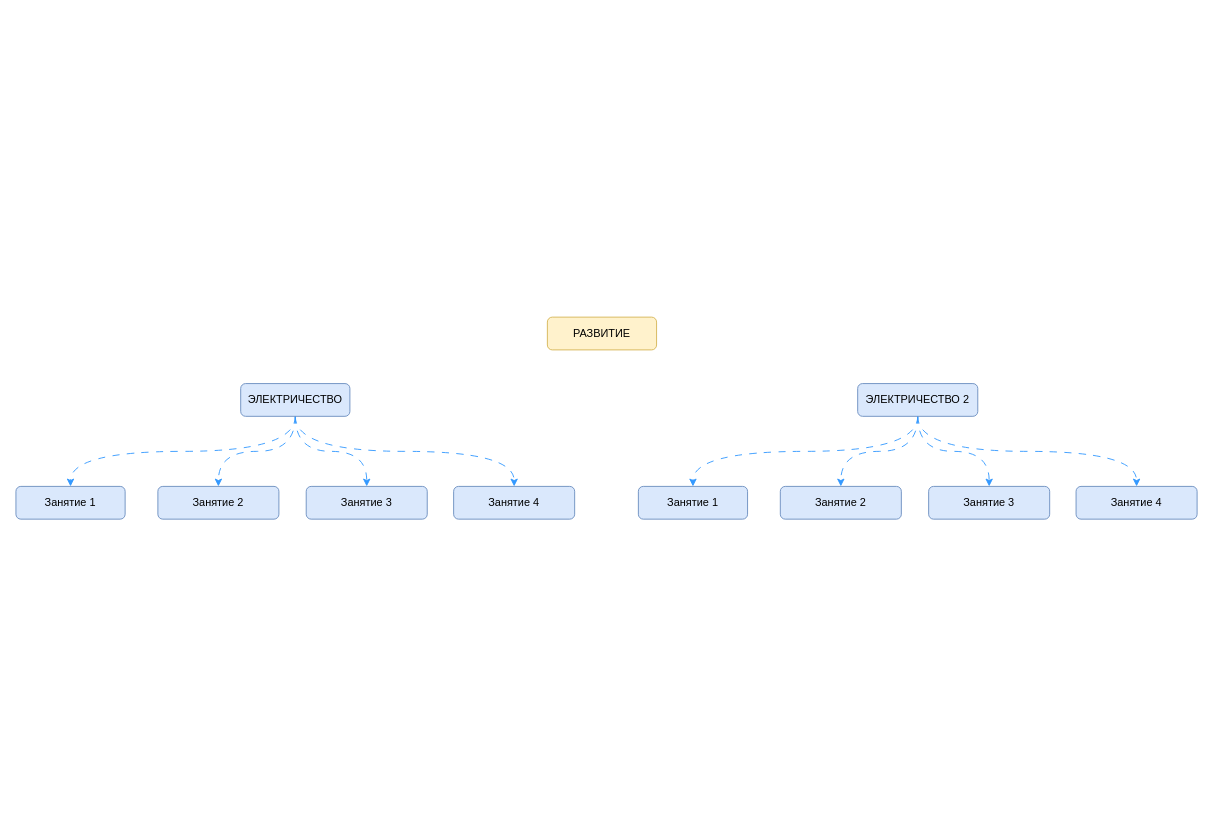
The draw.io diagram page "RAZVITIE" (2 of 2) of young energy.drawio in orlov-oleg-developer/uml-diagrams, before the edit. Source tidied: cells renumbered, new cells numbered last; positions are measured from the earlier drawing's top-left corner, leaving out a move shared by most shapes. Both pictures are drawn from the tidied source at 91%, with x=0, y=0 at pixel (15, 317).
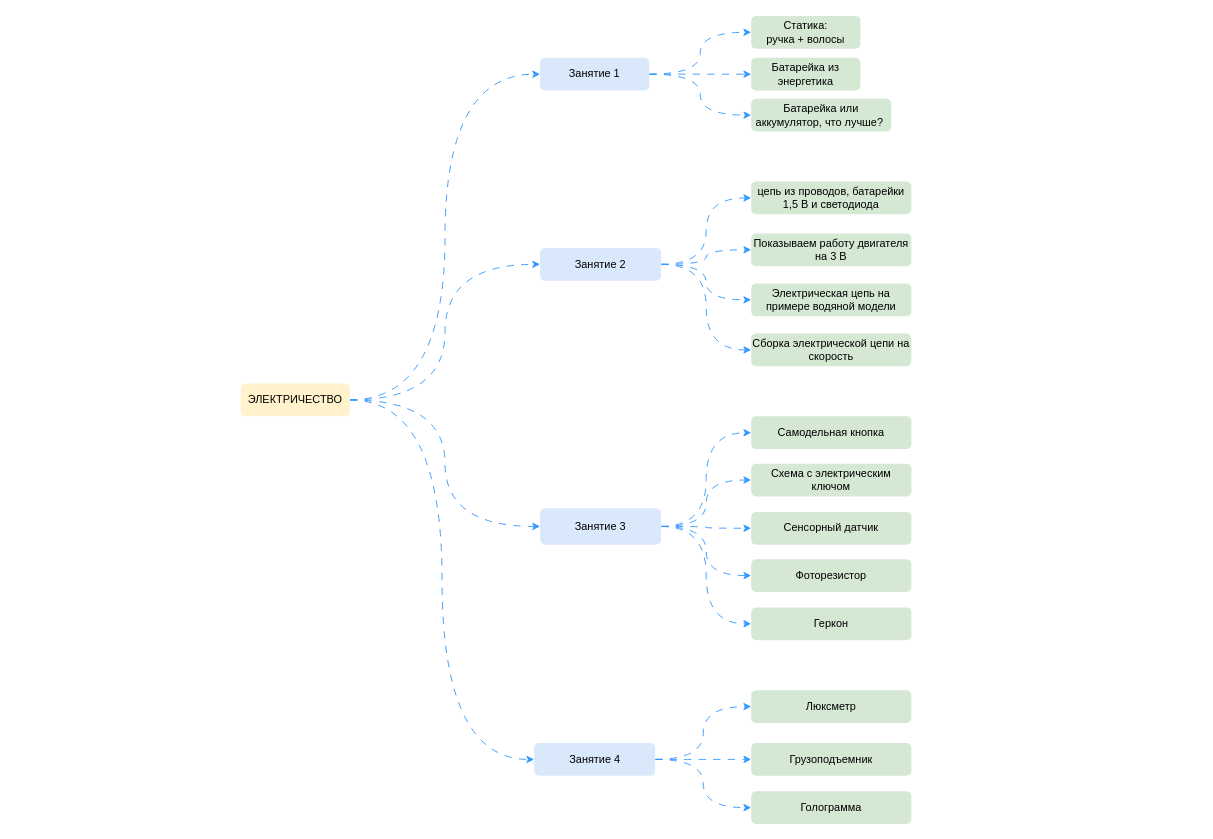
After the change.

Change to the diagram source:
```diff
@@
-    <mxCell id="2" value="РАЗВИТИЕ" style="rounded=1;whiteSpace=wrap;html=1;fillColor=#fff2cc;strokeColor=#d6b656;" parent="1" vertex="1">
-      <mxGeometry x="584" width="120" height="36" as="geometry" />
-    </mxCell>
-    <mxCell id="3" style="edgeStyle=orthogonalEdgeStyle;rounded=0;jettySize=auto;html=1;entryX=0.5;entryY=0;entryDx=0;entryDy=0;curved=1;dashed=1;dashPattern=8 8;strokeColor=#3399FF;exitX=0.5;exitY=1;exitDx=0;exitDy=0;" parent="1" edge="1" source="7" target="8">
-      <mxGeometry relative="1" as="geometry" />
-    </mxCell>
-    <mxCell id="4" style="edgeStyle=orthogonalEdgeStyle;shape=connector;curved=1;rounded=0;jettySize=auto;html=1;entryX=0.5;entryY=0;entryDx=0;entryDy=0;dashed=1;dashPattern=8 8;labelBackgroundColor=default;strokeColor=#3399FF;align=center;verticalAlign=middle;fontFamily=Helvetica;fontSize=11;fontColor=default;endArrow=classic;" parent="1" edge="1" source="7" target="9">
-      <mxGeometry relative="1" as="geometry" />
-    </mxCell>
-    <mxCell id="5" style="edgeStyle=orthogonalEdgeStyle;shape=connector;curved=1;rounded=0;jettySize=auto;html=1;entryX=0.5;entryY=0;entryDx=0;entryDy=0;dashed=1;dashPattern=8 8;labelBackgroundColor=default;strokeColor=#3399FF;align=center;verticalAlign=middle;fontFamily=Helvetica;fontSize=11;fontColor=default;endArrow=classic;" parent="1" edge="1" source="7" target="10">
-      <mxGeometry relative="1" as="geometry" />
-    </mxCell>
-    <mxCell id="6" style="edgeStyle=orthogonalEdgeStyle;shape=connector;curved=1;rounded=0;jettySize=auto;html=1;entryX=0.5;entryY=0;entryDx=0;entryDy=0;dashed=1;dashPattern=8 8;labelBackgroundColor=default;strokeColor=#3399FF;align=center;verticalAlign=middle;fontFamily=Helvetica;fontSize=11;fontColor=default;endArrow=classic;exitX=0.5;exitY=1;exitDx=0;exitDy=0;" parent="1" edge="1" source="7" target="11">
-      <mxGeometry relative="1" as="geometry" />
-    </mxCell>
+    <mxCell id="21" style="edgeStyle=orthogonalEdgeStyle;shape=connector;curved=1;rounded=0;jettySize=auto;html=1;entryX=0;entryY=0.5;entryDx=0;entryDy=0;dashed=1;dashPattern=8 8;labelBackgroundColor=default;strokeColor=#3399FF;align=center;verticalAlign=middle;fontFamily=Helvetica;fontSize=11;fontColor=default;endArrow=classic;" parent="1" edge="1" source="7" target="28">
+      <mxGeometry relative="1" as="geometry" />
+    </mxCell>
+    <mxCell id="22" style="edgeStyle=orthogonalEdgeStyle;shape=connector;curved=1;rounded=0;jettySize=auto;html=1;entryX=0;entryY=0.5;entryDx=0;entryDy=0;dashed=1;dashPattern=8 8;labelBackgroundColor=default;strokeColor=#3399FF;align=center;verticalAlign=middle;fontFamily=Helvetica;fontSize=11;fontColor=default;endArrow=classic;" parent="1" edge="1" source="7" target="33">
+      <mxGeometry relative="1" as="geometry" />
+    </mxCell>
+    <mxCell id="23" style="edgeStyle=orthogonalEdgeStyle;shape=connector;curved=1;rounded=0;jettySize=auto;html=1;entryX=0;entryY=0.5;entryDx=0;entryDy=0;dashed=1;dashPattern=8 8;labelBackgroundColor=default;strokeColor=#3399FF;align=center;verticalAlign=middle;fontFamily=Helvetica;fontSize=11;fontColor=default;endArrow=classic;" parent="1" edge="1" source="7" target="39">
+      <mxGeometry relative="1" as="geometry" />
+    </mxCell>
+    <mxCell id="24" style="edgeStyle=orthogonalEdgeStyle;shape=connector;curved=1;rounded=0;jettySize=auto;html=1;entryX=0;entryY=0.5;entryDx=0;entryDy=0;dashed=1;dashPattern=8 8;labelBackgroundColor=default;strokeColor=#3399FF;align=center;verticalAlign=middle;fontFamily=Helvetica;fontSize=11;fontColor=default;endArrow=classic;" parent="1" edge="1" source="7" target="43">
+      <mxGeometry relative="1" as="geometry" />
+    </mxCell>
-    <mxCell id="7" value="ЭЛЕКТРИЧЕСТВО" style="rounded=1;whiteSpace=wrap;html=1;fillColor=#dae8fc;strokeColor=#6c8ebf;" parent="1" vertex="1">
+    <mxCell id="7" value="ЭЛЕКТРИЧЕСТВО" style="rounded=1;whiteSpace=wrap;html=1;fillColor=#fff2cc;strokeColor=none;" parent="1" vertex="1">
       <mxGeometry x="247" y="73" width="120" height="36" as="geometry" />
     </mxCell>
-    <mxCell id="8" value="Занятие 1" style="rounded=1;whiteSpace=wrap;html=1;fillColor=#dae8fc;strokeColor=#6c8ebf;" parent="1" vertex="1">
-      <mxGeometry y="186" width="120" height="36" as="geometry" />
-    </mxCell>
-    <mxCell id="9" value="Занятие 2" style="rounded=1;whiteSpace=wrap;html=1;fillColor=#dae8fc;strokeColor=#6c8ebf;" parent="1" vertex="1">
-      <mxGeometry x="156" y="186" width="133" height="36" as="geometry" />
-    </mxCell>
-    <mxCell id="10" value="Занятие 3" style="rounded=1;whiteSpace=wrap;html=1;fillColor=#dae8fc;strokeColor=#6c8ebf;" parent="1" vertex="1">
-      <mxGeometry x="319" y="186" width="133" height="36" as="geometry" />
-    </mxCell>
-    <mxCell id="11" value="Занятие 4" style="rounded=1;whiteSpace=wrap;html=1;fillColor=#dae8fc;strokeColor=#6c8ebf;" parent="1" vertex="1">
-      <mxGeometry x="481" y="186" width="133" height="36" as="geometry" />
-    </mxCell>
-    <mxCell id="12" style="edgeStyle=orthogonalEdgeStyle;rounded=0;jettySize=auto;html=1;entryX=0.5;entryY=0;entryDx=0;entryDy=0;curved=1;dashed=1;dashPattern=8 8;strokeColor=#3399FF;exitX=0.5;exitY=1;exitDx=0;exitDy=0;" parent="1" edge="1" source="16" target="17">
-      <mxGeometry relative="1" as="geometry" />
-    </mxCell>
-    <mxCell id="13" style="edgeStyle=orthogonalEdgeStyle;shape=connector;curved=1;rounded=0;jettySize=auto;html=1;entryX=0.5;entryY=0;entryDx=0;entryDy=0;dashed=1;dashPattern=8 8;labelBackgroundColor=default;strokeColor=#3399FF;align=center;verticalAlign=middle;fontFamily=Helvetica;fontSize=11;fontColor=default;endArrow=classic;" parent="1" edge="1" source="16" target="18">
-      <mxGeometry relative="1" as="geometry" />
-    </mxCell>
-    <mxCell id="14" style="edgeStyle=orthogonalEdgeStyle;shape=connector;curved=1;rounded=0;jettySize=auto;html=1;entryX=0.5;entryY=0;entryDx=0;entryDy=0;dashed=1;dashPattern=8 8;labelBackgroundColor=default;strokeColor=#3399FF;align=center;verticalAlign=middle;fontFamily=Helvetica;fontSize=11;fontColor=default;endArrow=classic;" parent="1" edge="1" source="16" target="19">
-      <mxGeometry relative="1" as="geometry" />
-    </mxCell>
-    <mxCell id="15" style="edgeStyle=orthogonalEdgeStyle;shape=connector;curved=1;rounded=0;jettySize=auto;html=1;entryX=0.5;entryY=0;entryDx=0;entryDy=0;dashed=1;dashPattern=8 8;labelBackgroundColor=default;strokeColor=#3399FF;align=center;verticalAlign=middle;fontFamily=Helvetica;fontSize=11;fontColor=default;endArrow=classic;exitX=0.5;exitY=1;exitDx=0;exitDy=0;" parent="1" edge="1" source="16" target="20">
-      <mxGeometry relative="1" as="geometry" />
-    </mxCell>
-    <mxCell id="16" value="ЭЛЕКТРИЧЕСТВО 2" style="rounded=1;whiteSpace=wrap;html=1;fillColor=#dae8fc;strokeColor=#6c8ebf;" parent="1" vertex="1">
-      <mxGeometry x="925" y="73" width="132" height="36" as="geometry" />
-    </mxCell>
-    <mxCell id="17" value="Занятие 1" style="rounded=1;whiteSpace=wrap;html=1;fillColor=#dae8fc;strokeColor=#6c8ebf;" parent="1" vertex="1">
-      <mxGeometry x="684" y="186" width="120" height="36" as="geometry" />
-    </mxCell>
-    <mxCell id="18" value="Занятие 2" style="rounded=1;whiteSpace=wrap;html=1;fillColor=#dae8fc;strokeColor=#6c8ebf;" parent="1" vertex="1">
-      <mxGeometry x="840" y="186" width="133" height="36" as="geometry" />
-    </mxCell>
-    <mxCell id="19" value="Занятие 3" style="rounded=1;whiteSpace=wrap;html=1;fillColor=#dae8fc;strokeColor=#6c8ebf;" parent="1" vertex="1">
-      <mxGeometry x="1003" y="186" width="133" height="36" as="geometry" />
-    </mxCell>
-    <mxCell id="20" value="Занятие 4" style="rounded=1;whiteSpace=wrap;html=1;fillColor=#dae8fc;strokeColor=#6c8ebf;" parent="1" vertex="1">
-      <mxGeometry x="1165" y="186" width="133" height="36" as="geometry" />
-    </mxCell>
+    <mxCell id="25" style="edgeStyle=orthogonalEdgeStyle;shape=connector;curved=1;rounded=0;jettySize=auto;html=1;entryX=0;entryY=0.5;entryDx=0;entryDy=0;dashed=1;dashPattern=8 8;labelBackgroundColor=default;strokeColor=#3399FF;align=center;verticalAlign=middle;fontFamily=Helvetica;fontSize=11;fontColor=default;endArrow=classic;" parent="1" edge="1" source="28" target="44">
+      <mxGeometry relative="1" as="geometry" />
+    </mxCell>
+    <mxCell id="26" style="edgeStyle=orthogonalEdgeStyle;shape=connector;curved=1;rounded=0;jettySize=auto;html=1;entryX=0;entryY=0.5;entryDx=0;entryDy=0;dashed=1;dashPattern=8 8;labelBackgroundColor=default;strokeColor=#3399FF;align=center;verticalAlign=middle;fontFamily=Helvetica;fontSize=11;fontColor=default;endArrow=classic;" parent="1" edge="1" source="28" target="45">
+      <mxGeometry relative="1" as="geometry" />
+    </mxCell>
+    <mxCell id="27" style="edgeStyle=orthogonalEdgeStyle;shape=connector;curved=1;rounded=0;jettySize=auto;html=1;entryX=0;entryY=0.5;entryDx=0;entryDy=0;dashed=1;dashPattern=8 8;labelBackgroundColor=default;strokeColor=#3399FF;align=center;verticalAlign=middle;fontFamily=Helvetica;fontSize=11;fontColor=default;endArrow=classic;" parent="1" edge="1" source="28" target="46">
+      <mxGeometry relative="1" as="geometry" />
+    </mxCell>
+    <mxCell id="28" value="Занятие 1" style="rounded=1;whiteSpace=wrap;html=1;fillColor=#dae8fc;strokeColor=none;" parent="1" vertex="1">
+      <mxGeometry x="576" y="-285" width="120" height="36" as="geometry" />
+    </mxCell>
+    <mxCell id="29" style="edgeStyle=orthogonalEdgeStyle;shape=connector;curved=1;rounded=0;jettySize=auto;html=1;entryX=0;entryY=0.5;entryDx=0;entryDy=0;dashed=1;dashPattern=8 8;labelBackgroundColor=default;strokeColor=#3399FF;align=center;verticalAlign=middle;fontFamily=Helvetica;fontSize=11;fontColor=default;endArrow=classic;" parent="1" edge="1" source="33" target="47">
+      <mxGeometry relative="1" as="geometry" />
+    </mxCell>
+    <mxCell id="30" style="edgeStyle=orthogonalEdgeStyle;shape=connector;curved=1;rounded=0;jettySize=auto;html=1;entryX=0;entryY=0.5;entryDx=0;entryDy=0;dashed=1;dashPattern=8 8;labelBackgroundColor=default;strokeColor=#3399FF;align=center;verticalAlign=middle;fontFamily=Helvetica;fontSize=11;fontColor=default;endArrow=classic;" parent="1" edge="1" source="33" target="48">
+      <mxGeometry relative="1" as="geometry" />
+    </mxCell>
+    <mxCell id="31" style="edgeStyle=orthogonalEdgeStyle;shape=connector;curved=1;rounded=0;jettySize=auto;html=1;entryX=0;entryY=0.5;entryDx=0;entryDy=0;dashed=1;dashPattern=8 8;labelBackgroundColor=default;strokeColor=#3399FF;align=center;verticalAlign=middle;fontFamily=Helvetica;fontSize=11;fontColor=default;endArrow=classic;" parent="1" edge="1" source="33" target="49">
+      <mxGeometry relative="1" as="geometry" />
+    </mxCell>
+    <mxCell id="32" style="edgeStyle=orthogonalEdgeStyle;shape=connector;curved=1;rounded=0;jettySize=auto;html=1;entryX=0;entryY=0.5;entryDx=0;entryDy=0;dashed=1;dashPattern=8 8;labelBackgroundColor=default;strokeColor=#3399FF;align=center;verticalAlign=middle;fontFamily=Helvetica;fontSize=11;fontColor=default;endArrow=classic;" parent="1" edge="1" source="33" target="50">
+      <mxGeometry relative="1" as="geometry" />
+    </mxCell>
+    <mxCell id="33" value="Занятие 2" style="rounded=1;whiteSpace=wrap;html=1;fillColor=#dae8fc;strokeColor=none;" parent="1" vertex="1">
+      <mxGeometry x="576" y="-76" width="133" height="36" as="geometry" />
+    </mxCell>
+    <mxCell id="34" style="edgeStyle=orthogonalEdgeStyle;shape=connector;curved=1;rounded=0;jettySize=auto;html=1;entryX=0;entryY=0.5;entryDx=0;entryDy=0;dashed=1;dashPattern=8 8;labelBackgroundColor=default;strokeColor=#3399FF;align=center;verticalAlign=middle;fontFamily=Helvetica;fontSize=11;fontColor=default;endArrow=classic;" parent="1" edge="1" source="39" target="51">
+      <mxGeometry relative="1" as="geometry" />
+    </mxCell>
+    <mxCell id="35" style="edgeStyle=orthogonalEdgeStyle;shape=connector;curved=1;rounded=0;jettySize=auto;html=1;entryX=0;entryY=0.5;entryDx=0;entryDy=0;dashed=1;dashPattern=8 8;labelBackgroundColor=default;strokeColor=#3399FF;align=center;verticalAlign=middle;fontFamily=Helvetica;fontSize=11;fontColor=default;endArrow=classic;" parent="1" edge="1" source="39" target="52">
+      <mxGeometry relative="1" as="geometry" />
+    </mxCell>
+    <mxCell id="36" style="edgeStyle=orthogonalEdgeStyle;shape=connector;curved=1;rounded=0;jettySize=auto;html=1;entryX=0;entryY=0.5;entryDx=0;entryDy=0;dashed=1;dashPattern=8 8;labelBackgroundColor=default;strokeColor=#3399FF;align=center;verticalAlign=middle;fontFamily=Helvetica;fontSize=11;fontColor=default;endArrow=classic;" parent="1" edge="1" source="39" target="53">
+      <mxGeometry relative="1" as="geometry" />
+    </mxCell>
+    <mxCell id="37" style="edgeStyle=orthogonalEdgeStyle;shape=connector;curved=1;rounded=0;jettySize=auto;html=1;entryX=0;entryY=0.5;entryDx=0;entryDy=0;dashed=1;dashPattern=8 8;labelBackgroundColor=default;strokeColor=#3399FF;align=center;verticalAlign=middle;fontFamily=Helvetica;fontSize=11;fontColor=default;endArrow=classic;" parent="1" edge="1" source="39" target="54">
+      <mxGeometry relative="1" as="geometry" />
+    </mxCell>
+    <mxCell id="38" style="edgeStyle=orthogonalEdgeStyle;shape=connector;curved=1;rounded=0;jettySize=auto;html=1;entryX=0;entryY=0.5;entryDx=0;entryDy=0;dashed=1;dashPattern=8 8;labelBackgroundColor=default;strokeColor=#3399FF;align=center;verticalAlign=middle;fontFamily=Helvetica;fontSize=11;fontColor=default;endArrow=classic;" parent="1" edge="1" source="39" target="55">
+      <mxGeometry relative="1" as="geometry" />
+    </mxCell>
+    <mxCell id="39" value="Занятие 3" style="rounded=1;whiteSpace=wrap;html=1;fillColor=#dae8fc;strokeColor=none;" parent="1" vertex="1">
+      <mxGeometry x="576" y="210" width="133" height="40" as="geometry" />
+    </mxCell>
+    <mxCell id="40" style="edgeStyle=orthogonalEdgeStyle;shape=connector;curved=1;rounded=0;jettySize=auto;html=1;entryX=0;entryY=0.5;entryDx=0;entryDy=0;dashed=1;dashPattern=8 8;labelBackgroundColor=default;strokeColor=#3399FF;align=center;verticalAlign=middle;fontFamily=Helvetica;fontSize=11;fontColor=default;endArrow=classic;" parent="1" edge="1" source="43" target="56">
+      <mxGeometry relative="1" as="geometry" />
+    </mxCell>
+    <mxCell id="41" style="edgeStyle=orthogonalEdgeStyle;shape=connector;curved=1;rounded=0;jettySize=auto;html=1;entryX=0;entryY=0.5;entryDx=0;entryDy=0;dashed=1;dashPattern=8 8;labelBackgroundColor=default;strokeColor=#3399FF;align=center;verticalAlign=middle;fontFamily=Helvetica;fontSize=11;fontColor=default;endArrow=classic;" parent="1" edge="1" source="43" target="57">
+      <mxGeometry relative="1" as="geometry" />
+    </mxCell>
+    <mxCell id="42" style="edgeStyle=orthogonalEdgeStyle;shape=connector;curved=1;rounded=0;jettySize=auto;html=1;entryX=0;entryY=0.5;entryDx=0;entryDy=0;dashed=1;dashPattern=8 8;labelBackgroundColor=default;strokeColor=#3399FF;align=center;verticalAlign=middle;fontFamily=Helvetica;fontSize=11;fontColor=default;endArrow=classic;" parent="1" edge="1" source="43" target="58">
+      <mxGeometry relative="1" as="geometry" />
+    </mxCell>
+    <mxCell id="43" value="Занятие 4" style="rounded=1;whiteSpace=wrap;html=1;fillColor=#dae8fc;strokeColor=none;" parent="1" vertex="1">
+      <mxGeometry x="569.5" y="468" width="133" height="36" as="geometry" />
+    </mxCell>
+    <mxCell id="44" value="Статика:&lt;br&gt;ручка + волосы" style="rounded=1;whiteSpace=wrap;html=1;fillColor=#d5e8d4;strokeColor=none;" parent="1" vertex="1">
+      <mxGeometry x="808" y="-331" width="120" height="36" as="geometry" />
+    </mxCell>
+    <mxCell id="45" value="Батарейка из энергетика" style="rounded=1;whiteSpace=wrap;html=1;fillColor=#d5e8d4;strokeColor=none;" parent="1" vertex="1">
+      <mxGeometry x="808" y="-285" width="120" height="36" as="geometry" />
+    </mxCell>
+    <mxCell id="46" value="Батарейка или аккумулятор, что лучше?&amp;nbsp;" style="rounded=1;whiteSpace=wrap;html=1;fillColor=#d5e8d4;strokeColor=none;" parent="1" vertex="1">
+      <mxGeometry x="808" y="-240" width="154" height="36" as="geometry" />
+    </mxCell>
+    <mxCell id="47" value="цепь из проводов, батарейки 1,5 В и светодиода" style="rounded=1;whiteSpace=wrap;html=1;fillColor=#d5e8d4;strokeColor=none;flipV=0;" parent="1" vertex="1">
+      <mxGeometry x="808" y="-149" width="176" height="36" as="geometry" />
+    </mxCell>
+    <mxCell id="48" value="Показываем работу двигателя на 3 В" style="rounded=1;whiteSpace=wrap;html=1;fillColor=#d5e8d4;strokeColor=none;flipV=0;" parent="1" vertex="1">
+      <mxGeometry x="808" y="-92" width="176" height="36" as="geometry" />
+    </mxCell>
+    <mxCell id="49" value="Электрическая цепь на примере водяной модели" style="rounded=1;whiteSpace=wrap;html=1;fillColor=#d5e8d4;strokeColor=none;flipV=0;" parent="1" vertex="1">
+      <mxGeometry x="808" y="-37" width="176" height="36" as="geometry" />
+    </mxCell>
+    <mxCell id="50" value="Сборка электрической цепи на скорость" style="rounded=1;whiteSpace=wrap;html=1;fillColor=#d5e8d4;strokeColor=none;flipV=0;" parent="1" vertex="1">
+      <mxGeometry x="808" y="18" width="176" height="36" as="geometry" />
+    </mxCell>
+    <mxCell id="51" value="Самодельная кнопка" style="rounded=1;whiteSpace=wrap;html=1;fillColor=#d5e8d4;strokeColor=none;" parent="1" vertex="1">
+      <mxGeometry x="808" y="109" width="176" height="36" as="geometry" />
+    </mxCell>
+    <mxCell id="52" value="Схема с электрическим ключом" style="rounded=1;whiteSpace=wrap;html=1;fillColor=#d5e8d4;strokeColor=none;" parent="1" vertex="1">
+      <mxGeometry x="808" y="161" width="176" height="36" as="geometry" />
+    </mxCell>
+    <mxCell id="53" value="Сенсорный датчик" style="rounded=1;whiteSpace=wrap;html=1;fillColor=#d5e8d4;strokeColor=none;" parent="1" vertex="1">
+      <mxGeometry x="808" y="214" width="176" height="36" as="geometry" />
+    </mxCell>
+    <mxCell id="54" value="Фоторезистор" style="rounded=1;whiteSpace=wrap;html=1;fillColor=#d5e8d4;strokeColor=none;" parent="1" vertex="1">
+      <mxGeometry x="808" y="266" width="176" height="36" as="geometry" />
+    </mxCell>
+    <mxCell id="55" value="Геркон" style="rounded=1;whiteSpace=wrap;html=1;fillColor=#d5e8d4;strokeColor=none;" parent="1" vertex="1">
+      <mxGeometry x="808" y="319" width="176" height="36" as="geometry" />
+    </mxCell>
+    <mxCell id="56" value="Люксметр" style="rounded=1;whiteSpace=wrap;html=1;fillColor=#d5e8d4;strokeColor=none;" parent="1" vertex="1">
+      <mxGeometry x="808" y="410" width="176" height="36" as="geometry" />
+    </mxCell>
+    <mxCell id="57" value="Грузоподъемник" style="rounded=1;whiteSpace=wrap;html=1;fillColor=#d5e8d4;strokeColor=none;" parent="1" vertex="1">
+      <mxGeometry x="808" y="468" width="176" height="36" as="geometry" />
+    </mxCell>
+    <mxCell id="58" value="Голограмма" style="rounded=1;whiteSpace=wrap;html=1;fillColor=#d5e8d4;strokeColor=none;" parent="1" vertex="1">
+      <mxGeometry x="808" y="521" width="176" height="36" as="geometry" />
+    </mxCell>
```
